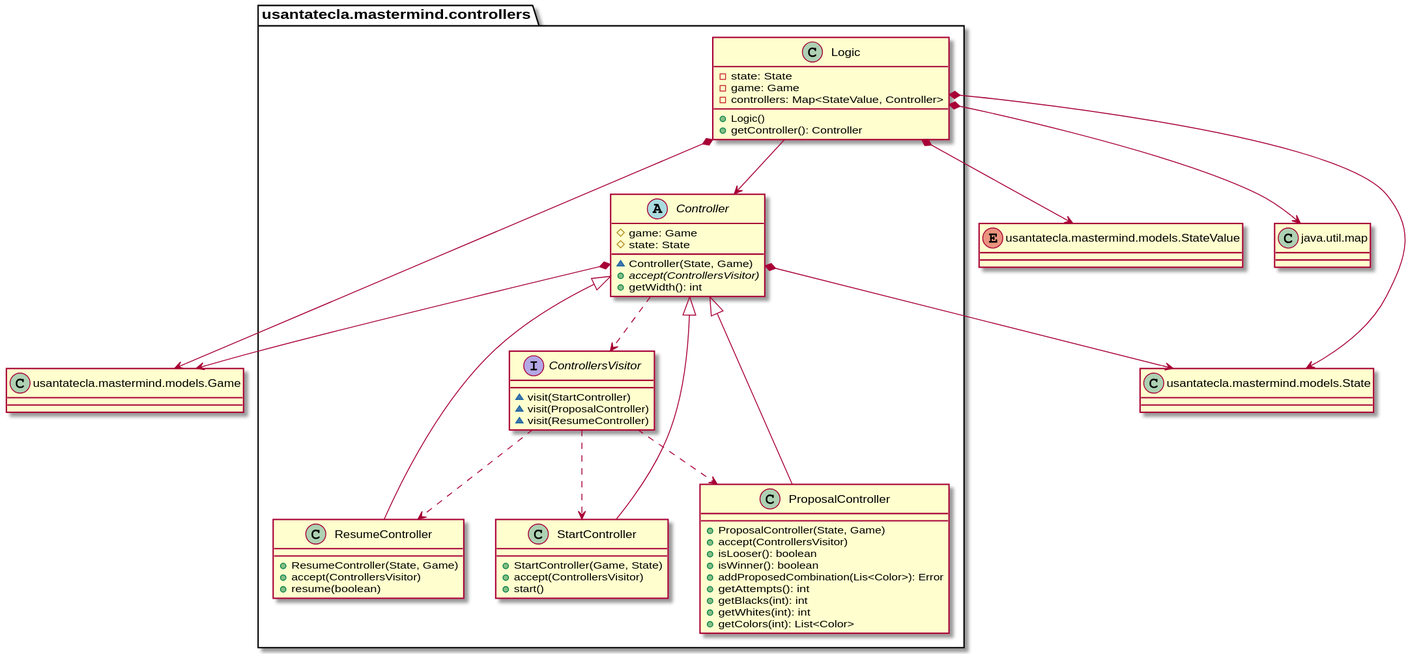
The PlantUML diagram modelViewPresenter/presentationModel/withComposite/docs/diagrams/out/paquetes/usantatecla.mastermind.controllers.svg in SantaTecla-mastermind/solution.java.swing.socket.sql, before a commit. The source it was exported from:
```plantuml
@startuml
class Game as "usantatecla.mastermind.models.Game" {


}

class State as "usantatecla.mastermind.models.State" {


}

Enum StateValue as "usantatecla.mastermind.models.StateValue" {


}

class Map as "java.util.map"

abstract class usantatecla.mastermind.controllers.Controller{
# game: Game
# state: State
~ Controller(State, Game)
+ {abstract} accept(ControllersVisitor)
+ getWidth(): int
}
usantatecla.mastermind.controllers.Controller *-down-> State
usantatecla.mastermind.controllers.Controller *-down-> Game
usantatecla.mastermind.controllers.Controller ..> usantatecla.mastermind.controllers.ControllersVisitor

interface usantatecla.mastermind.controllers.ControllersVisitor{
~ visit(StartController)
~ visit(ProposalController)
~ visit(ResumeController)
}
usantatecla.mastermind.controllers.ControllersVisitor ..> usantatecla.mastermind.controllers.ResumeController
usantatecla.mastermind.controllers.ControllersVisitor ..> usantatecla.mastermind.controllers.StartController
usantatecla.mastermind.controllers.ControllersVisitor ..> usantatecla.mastermind.controllers.ProposalController

class  usantatecla.mastermind.controllers.Logic{
- state: State
- game: Game
- controllers: Map<StateValue, Controller>
+ Logic()
+ getController(): Controller
}
usantatecla.mastermind.controllers.Logic *-down-> StateValue
usantatecla.mastermind.controllers.Logic *-down-> State
usantatecla.mastermind.controllers.Logic *-down-> Map
usantatecla.mastermind.controllers.Logic *-down-> Game
usantatecla.mastermind.controllers.Logic --> usantatecla.mastermind.controllers.Controller

class  usantatecla.mastermind.controllers.ProposalController{
+ ProposalController(State, Game)
+ accept(ControllersVisitor)
+ isLooser(): boolean
+ isWinner(): boolean
+ addProposedCombination(Lis<Color>): Error
+ getAttempts(): int
+ getBlacks(int): int
+ getWhites(int): int
+ getColors(int): List<Color>
}
usantatecla.mastermind.controllers.Controller <|-down- usantatecla.mastermind.controllers.ProposalController

class  usantatecla.mastermind.controllers.ResumeController{
+ ResumeController(State, Game)
+ accept(ControllersVisitor)
+ resume(boolean)
}
usantatecla.mastermind.controllers.Controller <|-down- usantatecla.mastermind.controllers.ResumeController

class  usantatecla.mastermind.controllers.StartController{
+ StartController(Game, State)
+ accept(ControllersVisitor)
+ start()
}
usantatecla.mastermind.controllers.Controller <|-down- usantatecla.mastermind.controllers.StartController
@enduml
```
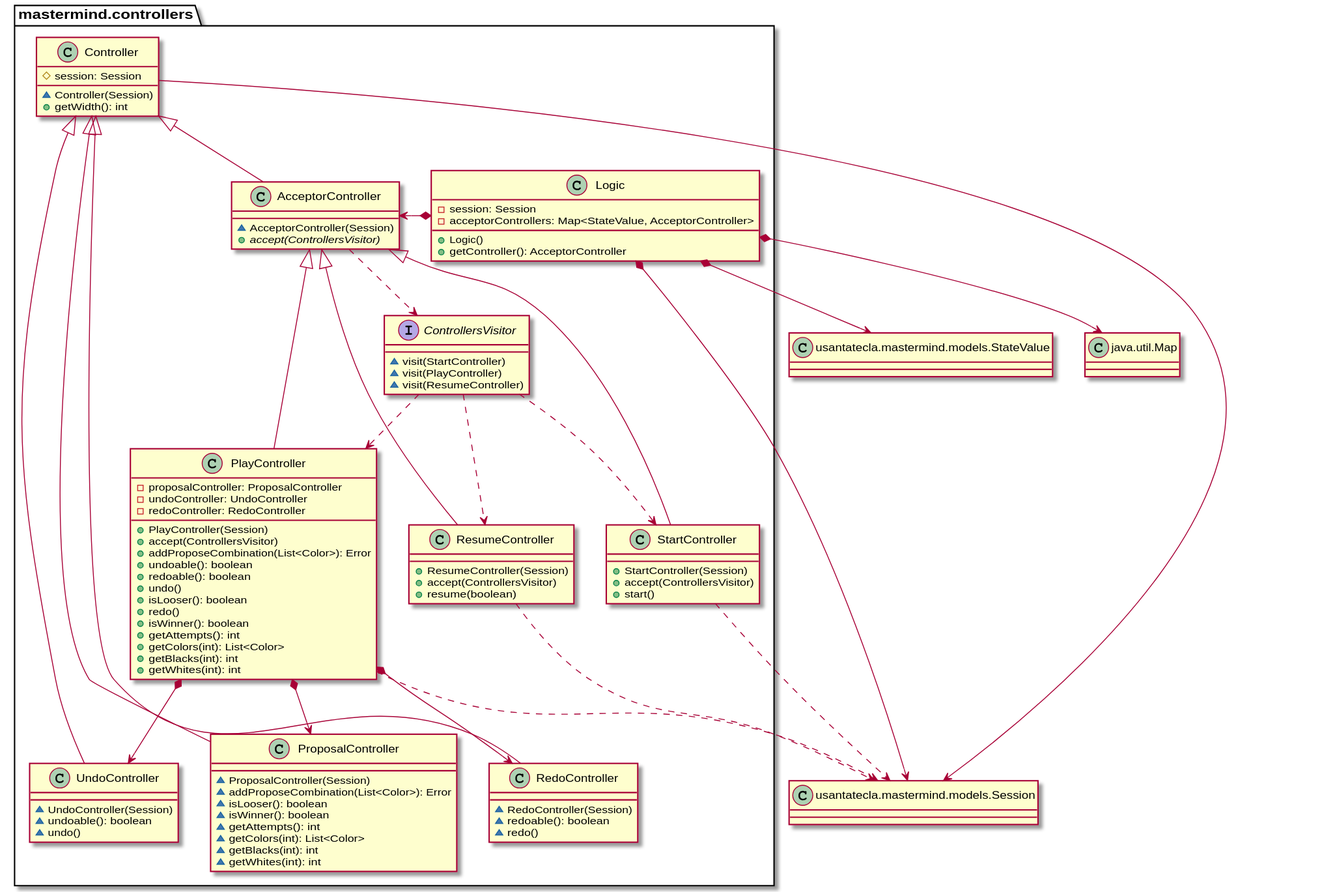
Above is the later version.

The edit, as a diff of the source:
```diff
@@ -1,78 +1,116 @@
 @startuml
-class Game as "usantatecla.mastermind.models.Game" {
+class Map as "java.util.Map" {
 
 
 }
-
-class State as "usantatecla.mastermind.models.State" {
+class Session as "usantatecla.mastermind.models.Session" {
 
 
 }
-
-Enum StateValue as "usantatecla.mastermind.models.StateValue" {
+class StateValue as "usantatecla.mastermind.models.StateValue" {
 
 
 }
+class  mastermind.controllers.AcceptorController{
+~ AcceptorController(Session)
++ {abstract} accept(ControllersVisitor)
+}
+mastermind.controllers.Controller <|-down- mastermind.controllers.AcceptorController
+mastermind.controllers.AcceptorController ..> mastermind.controllers.ControllersVisitor
 
-class Map as "java.util.map"
-
-abstract class usantatecla.mastermind.controllers.Controller{
-# game: Game
-# state: State
-~ Controller(State, Game)
-+ {abstract} accept(ControllersVisitor)
+class  mastermind.controllers.Controller{
+# session: Session
+~ Controller(Session)
 + getWidth(): int
 }
-usantatecla.mastermind.controllers.Controller *-down-> State
-usantatecla.mastermind.controllers.Controller *-down-> Game
-usantatecla.mastermind.controllers.Controller ..> usantatecla.mastermind.controllers.ControllersVisitor
+mastermind.controllers.Controller -down-> Session
 
-interface usantatecla.mastermind.controllers.ControllersVisitor{
+
+interface  mastermind.controllers.ControllersVisitor{
 ~ visit(StartController)
-~ visit(ProposalController)
+~ visit(PlayController)
 ~ visit(ResumeController)
 }
-usantatecla.mastermind.controllers.ControllersVisitor ..> usantatecla.mastermind.controllers.ResumeController
-usantatecla.mastermind.controllers.ControllersVisitor ..> usantatecla.mastermind.controllers.StartController
-usantatecla.mastermind.controllers.ControllersVisitor ..> usantatecla.mastermind.controllers.ProposalController
+mastermind.controllers.ControllersVisitor ..> mastermind.controllers.ResumeController
+mastermind.controllers.ControllersVisitor ..> mastermind.controllers.StartController
+mastermind.controllers.ControllersVisitor ..> mastermind.controllers.PlayController
 
-class  usantatecla.mastermind.controllers.Logic{
-- state: State
-- game: Game
-- controllers: Map<StateValue, Controller>
+class  mastermind.controllers.Logic{
+- session: Session
+- acceptorControllers: Map<StateValue, AcceptorController>
 + Logic()
-+ getController(): Controller
++ getController(): AcceptorController
 }
-usantatecla.mastermind.controllers.Logic *-down-> StateValue
-usantatecla.mastermind.controllers.Logic *-down-> State
-usantatecla.mastermind.controllers.Logic *-down-> Map
-usantatecla.mastermind.controllers.Logic *-down-> Game
-usantatecla.mastermind.controllers.Logic --> usantatecla.mastermind.controllers.Controller
 
-class  usantatecla.mastermind.controllers.ProposalController{
-+ ProposalController(State, Game)
+mastermind.controllers.Logic *-down-> Session
+mastermind.controllers.Logic *-down-> StateValue
+mastermind.controllers.Logic *-down-> Map
+
+mastermind.controllers.Logic *-> mastermind.controllers.AcceptorController
+
+class  mastermind.controllers.PlayController{
+- proposalController: ProposalController
+- undoController: UndoController
+- redoController: RedoController
++ PlayController(Session)
 + accept(ControllersVisitor)
++ addProposeCombination(List<Color>): Error
++ undoable(): boolean
++ redoable(): boolean
++ undo()
 + isLooser(): boolean
++ redo()
 + isWinner(): boolean
-+ addProposedCombination(Lis<Color>): Error
 + getAttempts(): int
++ getColors(int): List<Color>
 + getBlacks(int): int
 + getWhites(int): int
-+ getColors(int): List<Color>
 }
-usantatecla.mastermind.controllers.Controller <|-down- usantatecla.mastermind.controllers.ProposalController
+mastermind.controllers.AcceptorController <|-down- mastermind.controllers.PlayController
+mastermind.controllers.PlayController *-down-> mastermind.controllers.RedoController
+mastermind.controllers.PlayController *-down-> mastermind.controllers.UndoController
+mastermind.controllers.PlayController *-down-> mastermind.controllers.ProposalController
+mastermind.controllers.PlayController ..> Session
 
-class  usantatecla.mastermind.controllers.ResumeController{
-+ ResumeController(State, Game)
+class  mastermind.controllers.ProposalController{
+~ ProposalController(Session)
+~ addProposeCombination(List<Color>): Error
+~ isLooser(): boolean
+~ isWinner(): boolean
+~ getAttempts(): int
+~ getColors(int): List<Color>
+~ getBlacks(int): int
+~ getWhites(int): int
+}
+mastermind.controllers.Controller <|-down- mastermind.controllers.ProposalController
+
+class  mastermind.controllers.RedoController{
+~ RedoController(Session)
+~ redoable(): boolean
+~ redo()
+}
+mastermind.controllers.Controller <|-down- mastermind.controllers.RedoController
+
+class  mastermind.controllers.ResumeController{
++ ResumeController(Session)
 + accept(ControllersVisitor)
 + resume(boolean)
 }
-usantatecla.mastermind.controllers.Controller <|-down- usantatecla.mastermind.controllers.ResumeController
+mastermind.controllers.AcceptorController <|-down- mastermind.controllers.ResumeController
+mastermind.controllers.ResumeController ..> Session
 
-class  usantatecla.mastermind.controllers.StartController{
-+ StartController(Game, State)
+class  mastermind.controllers.StartController{
++ StartController(Session)
 + accept(ControllersVisitor)
 + start()
 }
-usantatecla.mastermind.controllers.Controller <|-down- usantatecla.mastermind.controllers.StartController
+mastermind.controllers.AcceptorController <|-down- mastermind.controllers.StartController
+mastermind.controllers.StartController ..> Session
+
+class  mastermind.controllers.UndoController{
+~ UndoController(Session)
+~ undoable(): boolean
+~ undo()
+}
+mastermind.controllers.Controller <|-down- mastermind.controllers.UndoController
 @enduml
```
